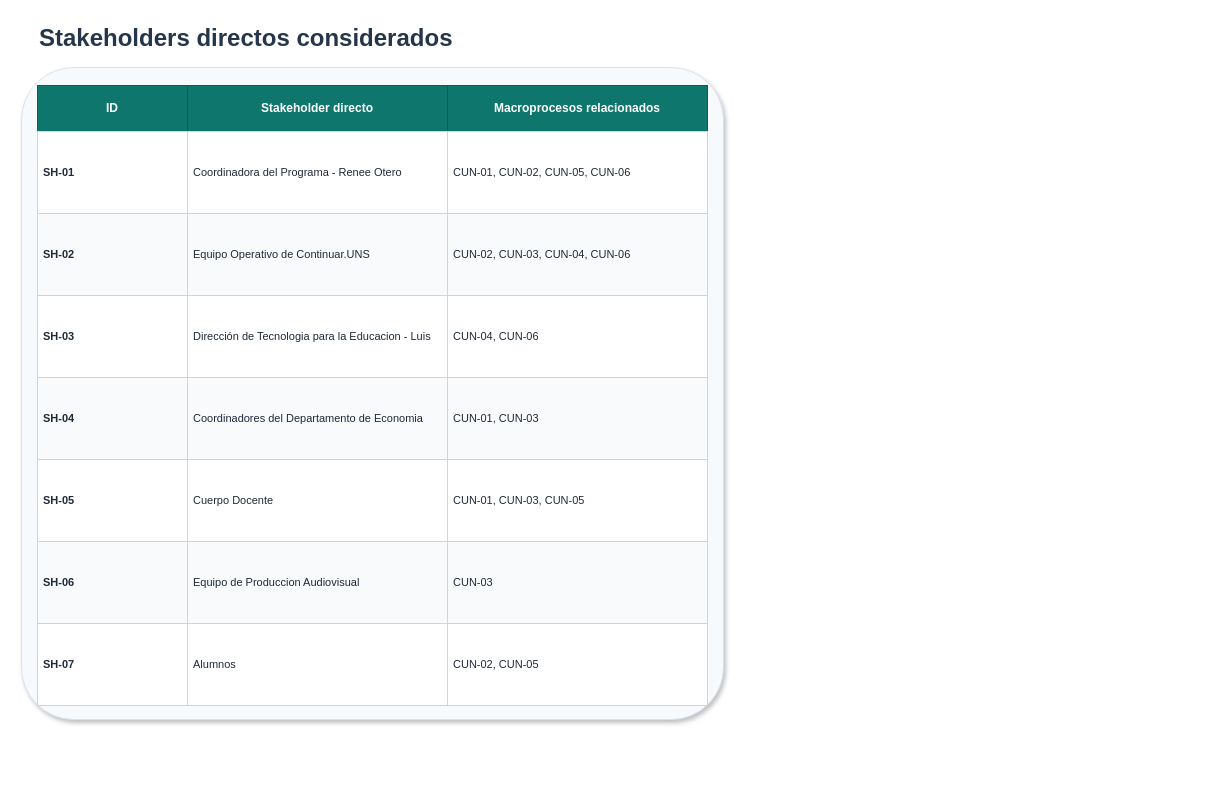
Jsue46/exposicionayd keeps this draw.io diagram as page "Stakeholders directos considerados" (2 of 2) of diagramas/tablas/Tablas_Primera_Descomposicion_BLearning.drawio. Above is the earlier version. Source tidied: cells renumbered, new cells numbered last; positions are measured from the earlier drawing's top-left corner, leaving out a move shared by most shapes. Both pictures are drawn from the tidied source at 100%, with x=0, y=0 at pixel (21, 17).
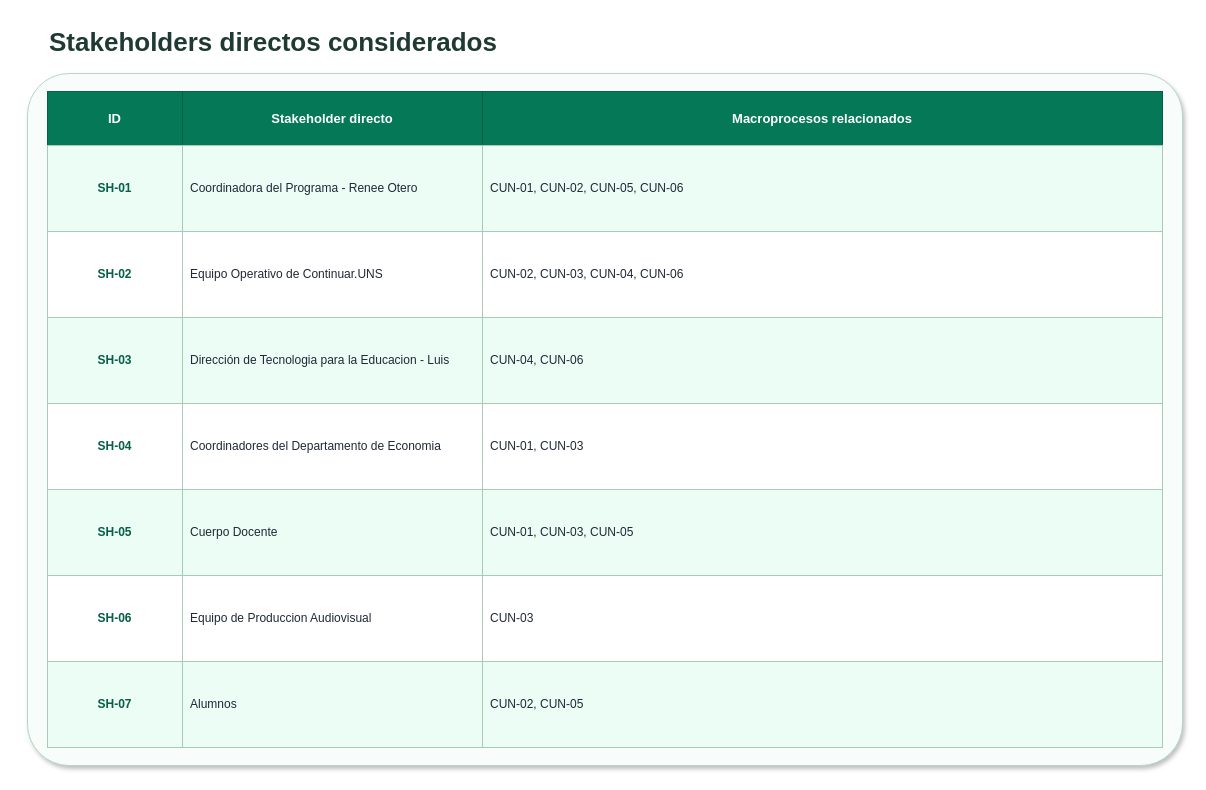
The same page after the edit.

Diff of the diagram source:
```diff
@@
-    <mxCell id="2" value="Stakeholders directos considerados" style="text;html=1;strokeColor=none;fillColor=none;align=left;verticalAlign=middle;whiteSpace=wrap;rounded=0;fontSize=24;fontStyle=1;fontColor=#25364A;" parent="1" vertex="1">
-      <mxGeometry x="16" width="670" height="42" as="geometry" />
+    <mxCell id="2" value="Stakeholders directos considerados" style="text;html=1;strokeColor=none;fillColor=none;align=left;verticalAlign=middle;whiteSpace=wrap;rounded=0;fontSize=26;fontStyle=1;fontColor=#1F3A33;" parent="1" vertex="1">
+      <mxGeometry x="26" y="2" width="1115" height="46" as="geometry" />
     </mxCell>
-    <mxCell id="3" style="rounded=1;whiteSpace=wrap;html=1;fillColor=#F7FAFC;strokeColor=#D9E2EC;arcSize=8;shadow=1;" parent="1" vertex="1">
-      <mxGeometry y="50" width="702" height="652" as="geometry" />
+    <mxCell id="3" style="rounded=1;whiteSpace=wrap;html=1;fillColor=#F8FCFA;strokeColor=#B7D7C2;arcSize=6;shadow=1;" parent="1" vertex="1">
+      <mxGeometry x="6" y="56" width="1155" height="692" as="geometry" />
     </mxCell>
-    <mxCell id="4" value="ID" style="rounded=0;whiteSpace=wrap;html=1;fillColor=#0F766E;strokeColor=#0B5F59;fontColor=#FFFFFF;fontStyle=1;align=center;verticalAlign=middle;fontSize=12;spacing=6;" parent="1" vertex="1">
-      <mxGeometry x="16" y="68" width="150" height="46" as="geometry" />
+    <mxCell id="4" value="ID" style="rounded=0;whiteSpace=wrap;html=1;fillColor=#047857;strokeColor=#065F46;fontColor=#FFFFFF;fontStyle=1;align=center;verticalAlign=middle;fontSize=13;spacing=8;" parent="1" vertex="1">
+      <mxGeometry x="26" y="74" width="135" height="54" as="geometry" />
     </mxCell>
-    <mxCell id="5" value="Stakeholder directo" style="rounded=0;whiteSpace=wrap;html=1;fillColor=#0F766E;strokeColor=#0B5F59;fontColor=#FFFFFF;fontStyle=1;align=center;verticalAlign=middle;fontSize=12;spacing=6;" parent="1" vertex="1">
-      <mxGeometry x="166" y="68" width="260" height="46" as="geometry" />
+    <mxCell id="5" value="Stakeholder directo" style="rounded=0;whiteSpace=wrap;html=1;fillColor=#047857;strokeColor=#065F46;fontColor=#FFFFFF;fontStyle=1;align=center;verticalAlign=middle;fontSize=13;spacing=8;" parent="1" vertex="1">
+      <mxGeometry x="161" y="74" width="300" height="54" as="geometry" />
     </mxCell>
-    <mxCell id="6" value="Macroprocesos relacionados" style="rounded=0;whiteSpace=wrap;html=1;fillColor=#0F766E;strokeColor=#0B5F59;fontColor=#FFFFFF;fontStyle=1;align=center;verticalAlign=middle;fontSize=12;spacing=6;" parent="1" vertex="1">
-      <mxGeometry x="426" y="68" width="260" height="46" as="geometry" />
+    <mxCell id="6" value="Macroprocesos relacionados" style="rounded=0;whiteSpace=wrap;html=1;fillColor=#047857;strokeColor=#065F46;fontColor=#FFFFFF;fontStyle=1;align=center;verticalAlign=middle;fontSize=13;spacing=8;" parent="1" vertex="1">
+      <mxGeometry x="461" y="74" width="680" height="54" as="geometry" />
     </mxCell>
-    <mxCell id="7" value="SH-01" style="rounded=0;whiteSpace=wrap;html=1;fillColor=#FFFFFF;strokeColor=#CBD5E1;fontColor=#1F2937;fontStyle=1;align=left;verticalAlign=middle;fontSize=11;spacing=6;" parent="1" vertex="1">
-      <mxGeometry x="16" y="114" width="150" height="82" as="geometry" />
+    <mxCell id="7" value="SH-01" style="rounded=0;whiteSpace=wrap;html=1;fillColor=#ECFDF5;strokeColor=#A7CBB6;fontColor=#065F46;fontStyle=1;align=center;verticalAlign=middle;fontSize=12;spacing=8;" parent="1" vertex="1">
+      <mxGeometry x="26" y="128" width="135" height="86" as="geometry" />
     </mxCell>
-    <mxCell id="8" value="Coordinadora del Programa - Renee Otero" style="rounded=0;whiteSpace=wrap;html=1;fillColor=#FFFFFF;strokeColor=#CBD5E1;fontColor=#1F2937;fontStyle=0;align=left;verticalAlign=middle;fontSize=11;spacing=6;" parent="1" vertex="1">
-      <mxGeometry x="166" y="114" width="260" height="82" as="geometry" />
+    <mxCell id="8" value="Coordinadora del Programa - Renee Otero" style="rounded=0;whiteSpace=wrap;html=1;fillColor=#ECFDF5;strokeColor=#A7CBB6;fontColor=#1F2937;fontStyle=0;align=left;verticalAlign=middle;fontSize=12;spacing=8;" parent="1" vertex="1">
+      <mxGeometry x="161" y="128" width="300" height="86" as="geometry" />
     </mxCell>
-    <mxCell id="9" value="CUN-01, CUN-02, CUN-05, CUN-06" style="rounded=0;whiteSpace=wrap;html=1;fillColor=#FFFFFF;strokeColor=#CBD5E1;fontColor=#1F2937;fontStyle=0;align=left;verticalAlign=middle;fontSize=11;spacing=6;" parent="1" vertex="1">
-      <mxGeometry x="426" y="114" width="260" height="82" as="geometry" />
+    <mxCell id="9" value="CUN-01, CUN-02, CUN-05, CUN-06" style="rounded=0;whiteSpace=wrap;html=1;fillColor=#ECFDF5;strokeColor=#A7CBB6;fontColor=#1F2937;fontStyle=0;align=left;verticalAlign=middle;fontSize=12;spacing=8;" parent="1" vertex="1">
+      <mxGeometry x="461" y="128" width="680" height="86" as="geometry" />
     </mxCell>
-    <mxCell id="10" value="SH-02" style="rounded=0;whiteSpace=wrap;html=1;fillColor=#F8FAFC;strokeColor=#CBD5E1;fontColor=#1F2937;fontStyle=1;align=left;verticalAlign=middle;fontSize=11;spacing=6;" parent="1" vertex="1">
-      <mxGeometry x="16" y="196" width="150" height="82" as="geometry" />
+    <mxCell id="10" value="SH-02" style="rounded=0;whiteSpace=wrap;html=1;fillColor=#FFFFFF;strokeColor=#A7CBB6;fontColor=#065F46;fontStyle=1;align=center;verticalAlign=middle;fontSize=12;spacing=8;" parent="1" vertex="1">
+      <mxGeometry x="26" y="214" width="135" height="86" as="geometry" />
     </mxCell>
-    <mxCell id="11" value="Equipo Operativo de Continuar.UNS" style="rounded=0;whiteSpace=wrap;html=1;fillColor=#F8FAFC;strokeColor=#CBD5E1;fontColor=#1F2937;fontStyle=0;align=left;verticalAlign=middle;fontSize=11;spacing=6;" parent="1" vertex="1">
-      <mxGeometry x="166" y="196" width="260" height="82" as="geometry" />
+    <mxCell id="11" value="Equipo Operativo de Continuar.UNS" style="rounded=0;whiteSpace=wrap;html=1;fillColor=#FFFFFF;strokeColor=#A7CBB6;fontColor=#1F2937;fontStyle=0;align=left;verticalAlign=middle;fontSize=12;spacing=8;" parent="1" vertex="1">
+      <mxGeometry x="161" y="214" width="300" height="86" as="geometry" />
     </mxCell>
-    <mxCell id="12" value="CUN-02, CUN-03, CUN-04, CUN-06" style="rounded=0;whiteSpace=wrap;html=1;fillColor=#F8FAFC;strokeColor=#CBD5E1;fontColor=#1F2937;fontStyle=0;align=left;verticalAlign=middle;fontSize=11;spacing=6;" parent="1" vertex="1">
-      <mxGeometry x="426" y="196" width="260" height="82" as="geometry" />
+    <mxCell id="12" value="CUN-02, CUN-03, CUN-04, CUN-06" style="rounded=0;whiteSpace=wrap;html=1;fillColor=#FFFFFF;strokeColor=#A7CBB6;fontColor=#1F2937;fontStyle=0;align=left;verticalAlign=middle;fontSize=12;spacing=8;" parent="1" vertex="1">
+      <mxGeometry x="461" y="214" width="680" height="86" as="geometry" />
     </mxCell>
-    <mxCell id="13" value="SH-03" style="rounded=0;whiteSpace=wrap;html=1;fillColor=#FFFFFF;strokeColor=#CBD5E1;fontColor=#1F2937;fontStyle=1;align=left;verticalAlign=middle;fontSize=11;spacing=6;" parent="1" vertex="1">
-      <mxGeometry x="16" y="278" width="150" height="82" as="geometry" />
+    <mxCell id="13" value="SH-03" style="rounded=0;whiteSpace=wrap;html=1;fillColor=#ECFDF5;strokeColor=#A7CBB6;fontColor=#065F46;fontStyle=1;align=center;verticalAlign=middle;fontSize=12;spacing=8;" parent="1" vertex="1">
+      <mxGeometry x="26" y="300" width="135" height="86" as="geometry" />
     </mxCell>
-    <mxCell id="14" value="Dirección de Tecnologia para la Educacion - Luis" style="rounded=0;whiteSpace=wrap;html=1;fillColor=#FFFFFF;strokeColor=#CBD5E1;fontColor=#1F2937;fontStyle=0;align=left;verticalAlign=middle;fontSize=11;spacing=6;" parent="1" vertex="1">
-      <mxGeometry x="166" y="278" width="260" height="82" as="geometry" />
+    <mxCell id="14" value="Dirección de Tecnologia para la Educacion - Luis" style="rounded=0;whiteSpace=wrap;html=1;fillColor=#ECFDF5;strokeColor=#A7CBB6;fontColor=#1F2937;fontStyle=0;align=left;verticalAlign=middle;fontSize=12;spacing=8;" parent="1" vertex="1">
+      <mxGeometry x="161" y="300" width="300" height="86" as="geometry" />
     </mxCell>
-    <mxCell id="15" value="CUN-04, CUN-06" style="rounded=0;whiteSpace=wrap;html=1;fillColor=#FFFFFF;strokeColor=#CBD5E1;fontColor=#1F2937;fontStyle=0;align=left;verticalAlign=middle;fontSize=11;spacing=6;" parent="1" vertex="1">
-      <mxGeometry x="426" y="278" width="260" height="82" as="geometry" />
+    <mxCell id="15" value="CUN-04, CUN-06" style="rounded=0;whiteSpace=wrap;html=1;fillColor=#ECFDF5;strokeColor=#A7CBB6;fontColor=#1F2937;fontStyle=0;align=left;verticalAlign=middle;fontSize=12;spacing=8;" parent="1" vertex="1">
+      <mxGeometry x="461" y="300" width="680" height="86" as="geometry" />
     </mxCell>
-    <mxCell id="16" value="SH-04" style="rounded=0;whiteSpace=wrap;html=1;fillColor=#F8FAFC;strokeColor=#CBD5E1;fontColor=#1F2937;fontStyle=1;align=left;verticalAlign=middle;fontSize=11;spacing=6;" parent="1" vertex="1">
-      <mxGeometry x="16" y="360" width="150" height="82" as="geometry" />
+    <mxCell id="16" value="SH-04" style="rounded=0;whiteSpace=wrap;html=1;fillColor=#FFFFFF;strokeColor=#A7CBB6;fontColor=#065F46;fontStyle=1;align=center;verticalAlign=middle;fontSize=12;spacing=8;" parent="1" vertex="1">
+      <mxGeometry x="26" y="386" width="135" height="86" as="geometry" />
     </mxCell>
-    <mxCell id="17" value="Coordinadores del Departamento de Economia" style="rounded=0;whiteSpace=wrap;html=1;fillColor=#F8FAFC;strokeColor=#CBD5E1;fontColor=#1F2937;fontStyle=0;align=left;verticalAlign=middle;fontSize=11;spacing=6;" parent="1" vertex="1">
-      <mxGeometry x="166" y="360" width="260" height="82" as="geometry" />
+    <mxCell id="17" value="Coordinadores del Departamento de Economia" style="rounded=0;whiteSpace=wrap;html=1;fillColor=#FFFFFF;strokeColor=#A7CBB6;fontColor=#1F2937;fontStyle=0;align=left;verticalAlign=middle;fontSize=12;spacing=8;" parent="1" vertex="1">
+      <mxGeometry x="161" y="386" width="300" height="86" as="geometry" />
     </mxCell>
-    <mxCell id="18" value="CUN-01, CUN-03" style="rounded=0;whiteSpace=wrap;html=1;fillColor=#F8FAFC;strokeColor=#CBD5E1;fontColor=#1F2937;fontStyle=0;align=left;verticalAlign=middle;fontSize=11;spacing=6;" parent="1" vertex="1">
-      <mxGeometry x="426" y="360" width="260" height="82" as="geometry" />
+    <mxCell id="18" value="CUN-01, CUN-03" style="rounded=0;whiteSpace=wrap;html=1;fillColor=#FFFFFF;strokeColor=#A7CBB6;fontColor=#1F2937;fontStyle=0;align=left;verticalAlign=middle;fontSize=12;spacing=8;" parent="1" vertex="1">
+      <mxGeometry x="461" y="386" width="680" height="86" as="geometry" />
     </mxCell>
-    <mxCell id="19" value="SH-05" style="rounded=0;whiteSpace=wrap;html=1;fillColor=#FFFFFF;strokeColor=#CBD5E1;fontColor=#1F2937;fontStyle=1;align=left;verticalAlign=middle;fontSize=11;spacing=6;" parent="1" vertex="1">
-      <mxGeometry x="16" y="442" width="150" height="82" as="geometry" />
+    <mxCell id="19" value="SH-05" style="rounded=0;whiteSpace=wrap;html=1;fillColor=#ECFDF5;strokeColor=#A7CBB6;fontColor=#065F46;fontStyle=1;align=center;verticalAlign=middle;fontSize=12;spacing=8;" parent="1" vertex="1">
+      <mxGeometry x="26" y="472" width="135" height="86" as="geometry" />
     </mxCell>
-    <mxCell id="20" value="Cuerpo Docente" style="rounded=0;whiteSpace=wrap;html=1;fillColor=#FFFFFF;strokeColor=#CBD5E1;fontColor=#1F2937;fontStyle=0;align=left;verticalAlign=middle;fontSize=11;spacing=6;" parent="1" vertex="1">
-      <mxGeometry x="166" y="442" width="260" height="82" as="geometry" />
+    <mxCell id="20" value="Cuerpo Docente" style="rounded=0;whiteSpace=wrap;html=1;fillColor=#ECFDF5;strokeColor=#A7CBB6;fontColor=#1F2937;fontStyle=0;align=left;verticalAlign=middle;fontSize=12;spacing=8;" parent="1" vertex="1">
+      <mxGeometry x="161" y="472" width="300" height="86" as="geometry" />
     </mxCell>
-    <mxCell id="21" value="CUN-01, CUN-03, CUN-05" style="rounded=0;whiteSpace=wrap;html=1;fillColor=#FFFFFF;strokeColor=#CBD5E1;fontColor=#1F2937;fontStyle=0;align=left;verticalAlign=middle;fontSize=11;spacing=6;" parent="1" vertex="1">
-      <mxGeometry x="426" y="442" width="260" height="82" as="geometry" />
+    <mxCell id="21" value="CUN-01, CUN-03, CUN-05" style="rounded=0;whiteSpace=wrap;html=1;fillColor=#ECFDF5;strokeColor=#A7CBB6;fontColor=#1F2937;fontStyle=0;align=left;verticalAlign=middle;fontSize=12;spacing=8;" parent="1" vertex="1">
+      <mxGeometry x="461" y="472" width="680" height="86" as="geometry" />
     </mxCell>
-    <mxCell id="22" value="SH-06" style="rounded=0;whiteSpace=wrap;html=1;fillColor=#F8FAFC;strokeColor=#CBD5E1;fontColor=#1F2937;fontStyle=1;align=left;verticalAlign=middle;fontSize=11;spacing=6;" parent="1" vertex="1">
-      <mxGeometry x="16" y="524" width="150" height="82" as="geometry" />
+    <mxCell id="22" value="SH-06" style="rounded=0;whiteSpace=wrap;html=1;fillColor=#FFFFFF;strokeColor=#A7CBB6;fontColor=#065F46;fontStyle=1;align=center;verticalAlign=middle;fontSize=12;spacing=8;" parent="1" vertex="1">
+      <mxGeometry x="26" y="558" width="135" height="86" as="geometry" />
     </mxCell>
-    <mxCell id="23" value="Equipo de Produccion Audiovisual" style="rounded=0;whiteSpace=wrap;html=1;fillColor=#F8FAFC;strokeColor=#CBD5E1;fontColor=#1F2937;fontStyle=0;align=left;verticalAlign=middle;fontSize=11;spacing=6;" parent="1" vertex="1">
-      <mxGeometry x="166" y="524" width="260" height="82" as="geometry" />
+    <mxCell id="23" value="Equipo de Produccion Audiovisual" style="rounded=0;whiteSpace=wrap;html=1;fillColor=#FFFFFF;strokeColor=#A7CBB6;fontColor=#1F2937;fontStyle=0;align=left;verticalAlign=middle;fontSize=12;spacing=8;" parent="1" vertex="1">
+      <mxGeometry x="161" y="558" width="300" height="86" as="geometry" />
     </mxCell>
-    <mxCell id="24" value="CUN-03" style="rounded=0;whiteSpace=wrap;html=1;fillColor=#F8FAFC;strokeColor=#CBD5E1;fontColor=#1F2937;fontStyle=0;align=left;verticalAlign=middle;fontSize=11;spacing=6;" parent="1" vertex="1">
-      <mxGeometry x="426" y="524" width="260" height="82" as="geometry" />
+    <mxCell id="24" value="CUN-03" style="rounded=0;whiteSpace=wrap;html=1;fillColor=#FFFFFF;strokeColor=#A7CBB6;fontColor=#1F2937;fontStyle=0;align=left;verticalAlign=middle;fontSize=12;spacing=8;" parent="1" vertex="1">
+      <mxGeometry x="461" y="558" width="680" height="86" as="geometry" />
     </mxCell>
-    <mxCell id="25" value="SH-07" style="rounded=0;whiteSpace=wrap;html=1;fillColor=#FFFFFF;strokeColor=#CBD5E1;fontColor=#1F2937;fontStyle=1;align=left;verticalAlign=middle;fontSize=11;spacing=6;" parent="1" vertex="1">
-      <mxGeometry x="16" y="606" width="150" height="82" as="geometry" />
+    <mxCell id="25" value="SH-07" style="rounded=0;whiteSpace=wrap;html=1;fillColor=#ECFDF5;strokeColor=#A7CBB6;fontColor=#065F46;fontStyle=1;align=center;verticalAlign=middle;fontSize=12;spacing=8;" parent="1" vertex="1">
+      <mxGeometry x="26" y="644" width="135" height="86" as="geometry" />
     </mxCell>
-    <mxCell id="26" value="Alumnos" style="rounded=0;whiteSpace=wrap;html=1;fillColor=#FFFFFF;strokeColor=#CBD5E1;fontColor=#1F2937;fontStyle=0;align=left;verticalAlign=middle;fontSize=11;spacing=6;" parent="1" vertex="1">
-      <mxGeometry x="166" y="606" width="260" height="82" as="geometry" />
+    <mxCell id="26" value="Alumnos" style="rounded=0;whiteSpace=wrap;html=1;fillColor=#ECFDF5;strokeColor=#A7CBB6;fontColor=#1F2937;fontStyle=0;align=left;verticalAlign=middle;fontSize=12;spacing=8;" parent="1" vertex="1">
+      <mxGeometry x="161" y="644" width="300" height="86" as="geometry" />
     </mxCell>
-    <mxCell id="27" value="CUN-02, CUN-05" style="rounded=0;whiteSpace=wrap;html=1;fillColor=#FFFFFF;strokeColor=#CBD5E1;fontColor=#1F2937;fontStyle=0;align=left;verticalAlign=middle;fontSize=11;spacing=6;" parent="1" vertex="1">
-      <mxGeometry x="426" y="606" width="260" height="82" as="geometry" />
+    <mxCell id="27" value="CUN-02, CUN-05" style="rounded=0;whiteSpace=wrap;html=1;fillColor=#ECFDF5;strokeColor=#A7CBB6;fontColor=#1F2937;fontStyle=0;align=left;verticalAlign=middle;fontSize=12;spacing=8;" parent="1" vertex="1">
+      <mxGeometry x="461" y="644" width="680" height="86" as="geometry" />
     </mxCell>
```
